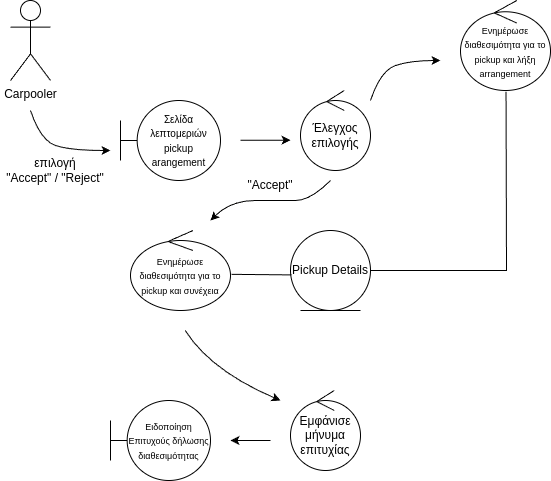
The draw.io diagram reports/images/robustness/AcceptPickup.drawio.png in YannisRavasopoulos/ProjectSD_S6, before a commit. Source tidied: cells renumbered, new cells last; positions are measured from the earlier drawing's top-left corner, leaving out a move shared by most shapes. Its diagram source:
```xml
<mxGraphModel>
  <root>
    <mxCell id="0" />
    <mxCell id="1" parent="0" />
    <mxCell id="2" value="Carpooler" style="shape=umlActor;verticalLabelPosition=bottom;verticalAlign=top;html=1;" parent="1" vertex="1">
      <mxGeometry x="10" width="40" height="80" as="geometry" />
    </mxCell>
    <mxCell id="3" style="endArrow=classic;html=1;rounded=0;curved=1;" parent="1" edge="1">
      <mxGeometry relative="1" as="geometry">
        <mxPoint x="30" y="110" as="sourcePoint" />
        <mxPoint x="110" y="150" as="targetPoint" />
        <Array as="points">
          <mxPoint x="40" y="140" />
          <mxPoint x="70" y="150" />
        </Array>
      </mxGeometry>
    </mxCell>
    <mxCell id="4" value="επιλογή &lt;br&gt;&quot;Accept&quot; / &quot;Reject&quot;" style="text;html=1;align=center;verticalAlign=middle;whiteSpace=wrap;rounded=0;" parent="1" vertex="1">
      <mxGeometry y="160" width="110" height="20" as="geometry" />
    </mxCell>
    <mxCell id="5" value="&lt;font style=&quot;font-size: 9px;&quot;&gt;Ενημέρωσε διαθεσιμότητα για το pickup και συνέχεια&lt;/font&gt;" style="ellipse;shape=umlControl;whiteSpace=wrap;html=1;" parent="1" vertex="1">
      <mxGeometry x="130" y="230" width="100" height="80" as="geometry" />
    </mxCell>
    <mxCell id="6" value="Pickup Details" style="ellipse;shape=umlEntity;whiteSpace=wrap;html=1;" parent="1" vertex="1">
      <mxGeometry x="290" y="230" width="80" height="80" as="geometry" />
    </mxCell>
    <mxCell id="7" style="endArrow=none;html=1;rounded=0;entryX=1.01;entryY=0.548;entryDx=0;entryDy=0;entryPerimeter=0;exitX=0.013;exitY=0.555;exitDx=0;exitDy=0;exitPerimeter=0;" parent="1" edge="1" source="6" target="5">
      <mxGeometry relative="1" as="geometry" />
    </mxCell>
    <mxCell id="8" style="endArrow=classic;html=1;rounded=0;curved=1;" parent="1" edge="1">
      <mxGeometry relative="1" as="geometry">
        <mxPoint x="184.7" y="330" as="sourcePoint" />
        <mxPoint x="280" y="400" as="targetPoint" />
        <Array as="points">
          <mxPoint x="210" y="370" />
        </Array>
      </mxGeometry>
    </mxCell>
    <mxCell id="9" value="Εμφάνισε μήνυμα επιτυχίας" style="ellipse;shape=umlControl;whiteSpace=wrap;html=1;" parent="1" vertex="1">
      <mxGeometry x="290" y="390" width="70" height="80" as="geometry" />
    </mxCell>
    <mxCell id="10" value="&lt;font style=&quot;font-size: 9px;&quot;&gt;Ειδοποίηση Επιτυχούς δήλωσης διαθεσιμότητας&lt;/font&gt;" style="shape=umlBoundary;whiteSpace=wrap;html=1;" parent="1" vertex="1">
      <mxGeometry x="110" y="400" width="100" height="80" as="geometry" />
    </mxCell>
    <mxCell id="11" value="&lt;font size=&quot;1&quot;&gt;Σελίδα λεπτομεριών pickup arangement&lt;/font&gt;" style="shape=umlBoundary;whiteSpace=wrap;html=1;" parent="1" vertex="1">
      <mxGeometry x="120" y="100" width="100" height="80" as="geometry" />
    </mxCell>
    <mxCell id="12" style="endArrow=classic;html=1;rounded=0;" parent="1" edge="1">
      <mxGeometry relative="1" as="geometry">
        <mxPoint x="240" y="139.7" as="sourcePoint" />
        <mxPoint x="290" y="139.7" as="targetPoint" />
      </mxGeometry>
    </mxCell>
    <mxCell id="13" value="Έλεγχος επιλογής" style="ellipse;shape=umlControl;whiteSpace=wrap;html=1;" parent="1" vertex="1">
      <mxGeometry x="300" y="90" width="70" height="80" as="geometry" />
    </mxCell>
    <mxCell id="14" style="endArrow=classic;html=1;rounded=0;curved=1;" parent="1" edge="1">
      <mxGeometry relative="1" as="geometry">
        <mxPoint x="330" y="180" as="sourcePoint" />
        <mxPoint x="210" y="220" as="targetPoint" />
        <Array as="points">
          <mxPoint x="310" y="200" />
          <mxPoint x="280" y="200" />
          <mxPoint x="230" y="200" />
        </Array>
      </mxGeometry>
    </mxCell>
    <mxCell id="15" value="&quot;Accept&quot;" style="text;html=1;align=center;verticalAlign=middle;whiteSpace=wrap;rounded=0;" parent="1" vertex="1">
      <mxGeometry x="240" y="170" width="60" height="30" as="geometry" />
    </mxCell>
    <mxCell id="16" style="endArrow=classic;html=1;rounded=0;" parent="1" edge="1">
      <mxGeometry relative="1" as="geometry">
        <mxPoint x="270" y="440" as="sourcePoint" />
        <mxPoint x="230" y="440" as="targetPoint" />
      </mxGeometry>
    </mxCell>
    <mxCell id="17" style="endArrow=classic;html=1;rounded=0;curved=1;" parent="1" edge="1">
      <mxGeometry relative="1" as="geometry">
        <mxPoint x="370" y="100" as="sourcePoint" />
        <mxPoint x="440" y="60" as="targetPoint" />
        <Array as="points">
          <mxPoint x="380" y="70" />
          <mxPoint x="410" y="60" />
        </Array>
      </mxGeometry>
    </mxCell>
    <mxCell id="18" value="&lt;font style=&quot;font-size: 9px;&quot;&gt;Ενημέρωσε διαθεσιμότητα για το pickup και λήξη arrangement&lt;/font&gt;" style="ellipse;shape=umlControl;whiteSpace=wrap;html=1;" parent="1" vertex="1">
      <mxGeometry x="460" width="90" height="90" as="geometry" />
    </mxCell>
    <mxCell id="19" style="endArrow=none;html=1;rounded=0;entryX=0.506;entryY=1.014;entryDx=0;entryDy=0;entryPerimeter=0;exitX=1;exitY=0.5;exitDx=0;exitDy=0;" parent="1" edge="1" source="6" target="18">
      <mxGeometry relative="1" as="geometry">
        <Array as="points">
          <mxPoint x="506" y="270" />
        </Array>
      </mxGeometry>
    </mxCell>
  </root>
</mxGraphModel>
```
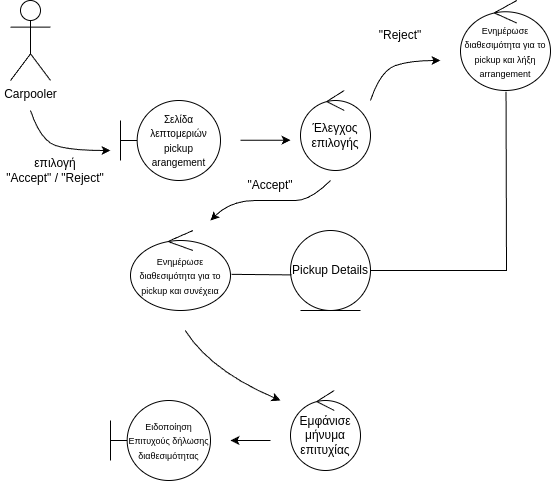
After the commit.

Commit message:
oopsie forgor the reject label on AcceptPickup

The edit, as a diff of the source:
```diff
@@ -94,5 +94,8 @@
         </Array>
       </mxGeometry>
     </mxCell>
+    <mxCell id="20" value="&quot;Reject&quot;" style="text;html=1;align=center;verticalAlign=middle;whiteSpace=wrap;rounded=0;" parent="1" vertex="1">
+      <mxGeometry x="370" y="20" width="60" height="30" as="geometry" />
+    </mxCell>
   </root>
 </mxGraphModel>
```
